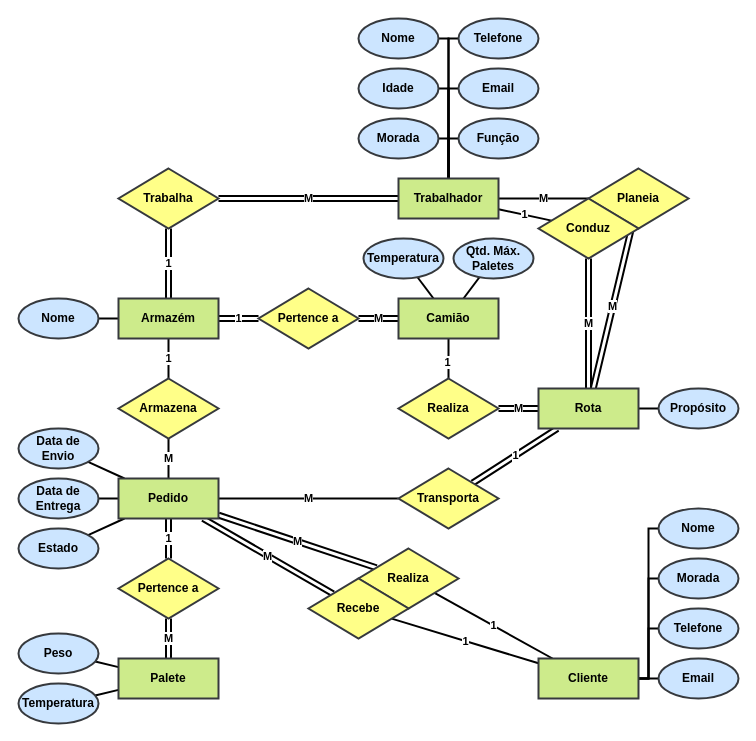
Earlier version of the draw.io diagram page "Diagrama ER (Chen)" (2 of 3) of Diagramas/diagramas.drawio (VicLourenco40/dwdm-sql-logistica). Source tidied: cells renumbered, new cells numbered last; positions are measured from the earlier drawing's top-left corner, leaving out a move shared by most shapes. Both pictures are drawn from the tidied source at 100%, with x=0, y=0 at pixel (18, 18).
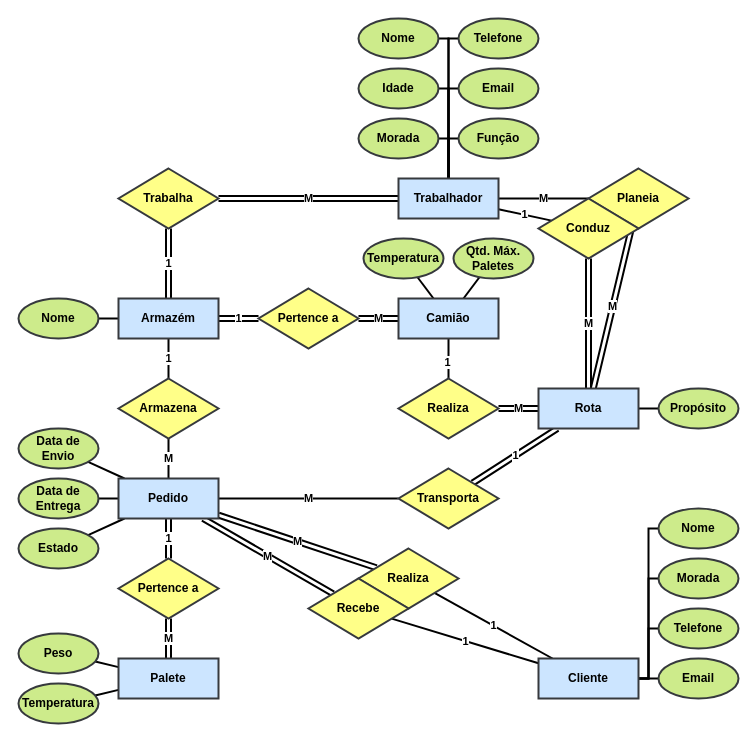
After the change.

Commit message (it also covers changes not shown here):
Alterar esquema de cores do diagrama chen

Change to the diagram source:
```diff
@@
-    <mxCell id="42" value="Cliente" style="whiteSpace=wrap;html=1;align=center;fillColor=#cdeb8b;strokeColor=#36393d;fontStyle=1;labelBorderColor=none;strokeWidth=2;" parent="1" vertex="1">
+    <mxCell id="42" value="Cliente" style="whiteSpace=wrap;html=1;align=center;fillColor=#cce5ff;strokeColor=#36393d;fontStyle=1;labelBorderColor=none;strokeWidth=2;" parent="1" vertex="1">
       <mxGeometry x="520" y="640" width="100" height="40" as="geometry" />
     </mxCell>
-    <mxCell id="43" value="Nome" style="ellipse;whiteSpace=wrap;html=1;align=center;fillColor=#cce5ff;strokeColor=#36393d;fontStyle=1;labelBorderColor=none;strokeWidth=2;" parent="1" vertex="1">
+    <mxCell id="43" value="Nome" style="ellipse;whiteSpace=wrap;html=1;align=center;fillColor=#cdeb8b;strokeColor=#36393d;fontStyle=1;labelBorderColor=none;strokeWidth=2;" parent="1" vertex="1">
       <mxGeometry x="640" y="490" width="80" height="40" as="geometry" />
     </mxCell>
-    <mxCell id="44" value="Morada" style="ellipse;whiteSpace=wrap;html=1;align=center;fillColor=#cce5ff;strokeColor=#36393d;fontStyle=1;labelBorderColor=none;strokeWidth=2;" parent="1" vertex="1">
+    <mxCell id="44" value="Morada" style="ellipse;whiteSpace=wrap;html=1;align=center;fillColor=#cdeb8b;strokeColor=#36393d;fontStyle=1;labelBorderColor=none;strokeWidth=2;" parent="1" vertex="1">
       <mxGeometry x="640" y="540" width="80" height="40" as="geometry" />
     </mxCell>
-    <mxCell id="45" value="Telefone" style="ellipse;whiteSpace=wrap;html=1;align=center;fillColor=#cce5ff;strokeColor=#36393d;fontStyle=1;labelBorderColor=none;strokeWidth=2;" parent="1" vertex="1">
+    <mxCell id="45" value="Telefone" style="ellipse;whiteSpace=wrap;html=1;align=center;fillColor=#cdeb8b;strokeColor=#36393d;fontStyle=1;labelBorderColor=none;strokeWidth=2;" parent="1" vertex="1">
       <mxGeometry x="640" y="590" width="80" height="40" as="geometry" />
     </mxCell>
-    <mxCell id="46" value="Email" style="ellipse;whiteSpace=wrap;html=1;align=center;fillColor=#cce5ff;strokeColor=#36393d;fontStyle=1;labelBorderColor=none;strokeWidth=2;" parent="1" vertex="1">
+    <mxCell id="46" value="Email" style="ellipse;whiteSpace=wrap;html=1;align=center;fillColor=#cdeb8b;strokeColor=#36393d;fontStyle=1;labelBorderColor=none;strokeWidth=2;" parent="1" vertex="1">
       <mxGeometry x="640" y="640" width="80" height="40" as="geometry" />
     </mxCell>
-    <mxCell id="47" value="Pedido" style="whiteSpace=wrap;html=1;align=center;fillColor=#cdeb8b;strokeColor=#36393d;fontStyle=1;labelBorderColor=none;strokeWidth=2;" parent="1" vertex="1">
+    <mxCell id="47" value="Pedido" style="whiteSpace=wrap;html=1;align=center;fillColor=#cce5ff;strokeColor=#36393d;fontStyle=1;labelBorderColor=none;strokeWidth=2;" parent="1" vertex="1">
       <mxGeometry x="100" y="460" width="100" height="40" as="geometry" />
     </mxCell>
-    <mxCell id="48" value="&lt;div&gt;Data de&lt;/div&gt;&lt;div&gt;Envio&lt;/div&gt;" style="ellipse;whiteSpace=wrap;html=1;align=center;fillColor=#cce5ff;strokeColor=#36393d;fontStyle=1;labelBorderColor=none;strokeWidth=2;" parent="1" vertex="1">
+    <mxCell id="48" value="&lt;div&gt;Data de&lt;/div&gt;&lt;div&gt;Envio&lt;/div&gt;" style="ellipse;whiteSpace=wrap;html=1;align=center;fillColor=#cdeb8b;strokeColor=#36393d;fontStyle=1;labelBorderColor=none;strokeWidth=2;" parent="1" vertex="1">
       <mxGeometry y="410" width="80" height="40" as="geometry" />
     </mxCell>
-    <mxCell id="49" value="Data de Entrega" style="ellipse;whiteSpace=wrap;html=1;align=center;fillColor=#cce5ff;strokeColor=#36393d;fontStyle=1;labelBorderColor=none;strokeWidth=2;" parent="1" vertex="1">
+    <mxCell id="49" value="Data de Entrega" style="ellipse;whiteSpace=wrap;html=1;align=center;fillColor=#cdeb8b;strokeColor=#36393d;fontStyle=1;labelBorderColor=none;strokeWidth=2;" parent="1" vertex="1">
       <mxGeometry y="460" width="80" height="40" as="geometry" />
     </mxCell>
-    <mxCell id="50" value="Armazém" style="whiteSpace=wrap;html=1;align=center;fillColor=#cdeb8b;strokeColor=#36393d;fontStyle=1;labelBorderColor=none;strokeWidth=2;" parent="1" vertex="1">
+    <mxCell id="50" value="Armazém" style="whiteSpace=wrap;html=1;align=center;fillColor=#cce5ff;strokeColor=#36393d;fontStyle=1;labelBorderColor=none;strokeWidth=2;" parent="1" vertex="1">
       <mxGeometry x="100" y="280" width="100" height="40" as="geometry" />
     </mxCell>
-    <mxCell id="51" value="Peso" style="ellipse;whiteSpace=wrap;html=1;align=center;fillColor=#cce5ff;strokeColor=#36393d;fontStyle=1;labelBorderColor=none;strokeWidth=2;" parent="1" vertex="1">
+    <mxCell id="51" value="Peso" style="ellipse;whiteSpace=wrap;html=1;align=center;fillColor=#cdeb8b;strokeColor=#36393d;fontStyle=1;labelBorderColor=none;strokeWidth=2;" parent="1" vertex="1">
       <mxGeometry y="615" width="80" height="40" as="geometry" />
     </mxCell>
-    <mxCell id="52" value="Temperatura" style="ellipse;whiteSpace=wrap;html=1;align=center;fillColor=#cce5ff;strokeColor=#36393d;fontStyle=1;labelBorderColor=none;strokeWidth=2;" parent="1" vertex="1">
+    <mxCell id="52" value="Temperatura" style="ellipse;whiteSpace=wrap;html=1;align=center;fillColor=#cdeb8b;strokeColor=#36393d;fontStyle=1;labelBorderColor=none;strokeWidth=2;" parent="1" vertex="1">
       <mxGeometry y="665" width="80" height="40" as="geometry" />
     </mxCell>
-    <mxCell id="53" value="Palete" style="whiteSpace=wrap;html=1;align=center;fillColor=#cdeb8b;strokeColor=#36393d;fontStyle=1;labelBorderColor=none;strokeWidth=2;" parent="1" vertex="1">
+    <mxCell id="53" value="Palete" style="whiteSpace=wrap;html=1;align=center;fillColor=#cce5ff;strokeColor=#36393d;fontStyle=1;labelBorderColor=none;strokeWidth=2;" parent="1" vertex="1">
       <mxGeometry x="100" y="640" width="100" height="40" as="geometry" />
     </mxCell>
-    <mxCell id="54" value="Nome" style="ellipse;whiteSpace=wrap;html=1;align=center;fontStyle=1;fillColor=#cce5ff;strokeColor=#36393d;labelBorderColor=none;strokeWidth=2;" parent="1" vertex="1">
+    <mxCell id="54" value="Nome" style="ellipse;whiteSpace=wrap;html=1;align=center;fontStyle=1;fillColor=#cdeb8b;strokeColor=#36393d;labelBorderColor=none;strokeWidth=2;" parent="1" vertex="1">
       <mxGeometry x="340" width="80" height="40" as="geometry" />
     </mxCell>
-    <mxCell id="55" value="Telefone" style="ellipse;whiteSpace=wrap;html=1;align=center;fontStyle=1;fillColor=#cce5ff;strokeColor=#36393d;labelBorderColor=none;strokeWidth=2;" parent="1" vertex="1">
+    <mxCell id="55" value="Telefone" style="ellipse;whiteSpace=wrap;html=1;align=center;fontStyle=1;fillColor=#cdeb8b;strokeColor=#36393d;labelBorderColor=none;strokeWidth=2;" parent="1" vertex="1">
       <mxGeometry x="440" width="80" height="40" as="geometry" />
     </mxCell>
-    <mxCell id="56" value="Trabalhador" style="whiteSpace=wrap;html=1;align=center;fillColor=#cdeb8b;strokeColor=#36393d;fontStyle=1;labelBorderColor=none;strokeWidth=2;" parent="1" vertex="1">
+    <mxCell id="56" value="Trabalhador" style="whiteSpace=wrap;html=1;align=center;fillColor=#cce5ff;strokeColor=#36393d;fontStyle=1;labelBorderColor=none;strokeWidth=2;" parent="1" vertex="1">
       <mxGeometry x="380" y="160" width="100" height="40" as="geometry" />
     </mxCell>
-    <mxCell id="57" value="Rota" style="whiteSpace=wrap;html=1;align=center;fillColor=#cdeb8b;strokeColor=#36393d;fontStyle=1;labelBorderColor=none;strokeWidth=2;" parent="1" vertex="1">
+    <mxCell id="57" value="Rota" style="whiteSpace=wrap;html=1;align=center;fillColor=#cce5ff;strokeColor=#36393d;fontStyle=1;labelBorderColor=none;strokeWidth=2;" parent="1" vertex="1">
       <mxGeometry x="520" y="370" width="100" height="40" as="geometry" />
     </mxCell>
-    <mxCell id="58" value="Camião" style="whiteSpace=wrap;html=1;align=center;fillColor=#cdeb8b;strokeColor=#36393d;fontStyle=1;labelBorderColor=none;strokeWidth=2;" parent="1" vertex="1">
+    <mxCell id="58" value="Camião" style="whiteSpace=wrap;html=1;align=center;fillColor=#cce5ff;strokeColor=#36393d;fontStyle=1;labelBorderColor=none;strokeWidth=2;" parent="1" vertex="1">
       <mxGeometry x="380" y="280" width="100" height="40" as="geometry" />
     </mxCell>
-    <mxCell id="59" value="Idade" style="ellipse;whiteSpace=wrap;html=1;align=center;fontStyle=1;fillColor=#cce5ff;strokeColor=#36393d;labelBorderColor=none;strokeWidth=2;" parent="1" vertex="1">
+    <mxCell id="59" value="Idade" style="ellipse;whiteSpace=wrap;html=1;align=center;fontStyle=1;fillColor=#cdeb8b;strokeColor=#36393d;labelBorderColor=none;strokeWidth=2;" parent="1" vertex="1">
       <mxGeometry x="340" y="50" width="80" height="40" as="geometry" />
     </mxCell>
-    <mxCell id="60" value="Email" style="ellipse;whiteSpace=wrap;html=1;align=center;fontStyle=1;fillColor=#cce5ff;strokeColor=#36393d;labelBorderColor=none;strokeWidth=2;" parent="1" vertex="1">
+    <mxCell id="60" value="Email" style="ellipse;whiteSpace=wrap;html=1;align=center;fontStyle=1;fillColor=#cdeb8b;strokeColor=#36393d;labelBorderColor=none;strokeWidth=2;" parent="1" vertex="1">
       <mxGeometry x="440" y="50" width="80" height="40" as="geometry" />
     </mxCell>
-    <mxCell id="61" value="Morada" style="ellipse;whiteSpace=wrap;html=1;align=center;fontStyle=1;fillColor=#cce5ff;strokeColor=#36393d;labelBorderColor=none;strokeWidth=2;" parent="1" vertex="1">
+    <mxCell id="61" value="Morada" style="ellipse;whiteSpace=wrap;html=1;align=center;fontStyle=1;fillColor=#cdeb8b;strokeColor=#36393d;labelBorderColor=none;strokeWidth=2;" parent="1" vertex="1">
       <mxGeometry x="340" y="100" width="80" height="40" as="geometry" />
     </mxCell>
-    <mxCell id="62" value="Nome" style="ellipse;whiteSpace=wrap;html=1;align=center;fillColor=#cce5ff;strokeColor=#36393d;fontStyle=1;labelBorderColor=none;strokeWidth=2;" parent="1" vertex="1">
+    <mxCell id="62" value="Nome" style="ellipse;whiteSpace=wrap;html=1;align=center;fillColor=#cdeb8b;strokeColor=#36393d;fontStyle=1;labelBorderColor=none;strokeWidth=2;" parent="1" vertex="1">
       <mxGeometry y="280" width="80" height="40" as="geometry" />
     </mxCell>
-    <mxCell id="63" value="Propósito" style="ellipse;whiteSpace=wrap;html=1;align=center;fontStyle=1;fillColor=#cce5ff;strokeColor=#36393d;labelBorderColor=none;strokeWidth=2;" parent="1" vertex="1">
+    <mxCell id="63" value="Propósito" style="ellipse;whiteSpace=wrap;html=1;align=center;fontStyle=1;fillColor=#cdeb8b;strokeColor=#36393d;labelBorderColor=none;strokeWidth=2;" parent="1" vertex="1">
       <mxGeometry x="640" y="370" width="80" height="40" as="geometry" />
     </mxCell>
-    <mxCell id="64" value="&lt;div&gt;Qtd. Máx.&lt;/div&gt;&lt;div&gt;Paletes&lt;br&gt;&lt;/div&gt;" style="ellipse;whiteSpace=wrap;html=1;align=center;fontStyle=1;fillColor=#cce5ff;strokeColor=#36393d;labelBorderColor=none;strokeWidth=2;" parent="1" vertex="1">
+    <mxCell id="64" value="&lt;div&gt;Qtd. Máx.&lt;/div&gt;&lt;div&gt;Paletes&lt;br&gt;&lt;/div&gt;" style="ellipse;whiteSpace=wrap;html=1;align=center;fontStyle=1;fillColor=#cdeb8b;strokeColor=#36393d;labelBorderColor=none;strokeWidth=2;" parent="1" vertex="1">
       <mxGeometry x="435" y="220" width="80" height="40" as="geometry" />
     </mxCell>
@@
-    <mxCell id="75" value="Temperatura" style="ellipse;whiteSpace=wrap;html=1;align=center;fontStyle=1;fillColor=#cce5ff;strokeColor=#36393d;labelBorderColor=none;strokeWidth=2;" parent="1" vertex="1">
+    <mxCell id="75" value="Temperatura" style="ellipse;whiteSpace=wrap;html=1;align=center;fontStyle=1;fillColor=#cdeb8b;strokeColor=#36393d;labelBorderColor=none;strokeWidth=2;" parent="1" vertex="1">
       <mxGeometry x="345" y="220" width="80" height="40" as="geometry" />
     </mxCell>
-    <mxCell id="76" value="Função" style="ellipse;whiteSpace=wrap;html=1;align=center;fontStyle=1;fillColor=#cce5ff;strokeColor=#36393d;labelBorderColor=none;strokeWidth=2;" parent="1" vertex="1">
+    <mxCell id="76" value="Função" style="ellipse;whiteSpace=wrap;html=1;align=center;fontStyle=1;fillColor=#cdeb8b;strokeColor=#36393d;labelBorderColor=none;strokeWidth=2;" parent="1" vertex="1">
       <mxGeometry x="440" y="100" width="80" height="40" as="geometry" />
     </mxCell>
-    <mxCell id="77" value="Estado" style="ellipse;whiteSpace=wrap;html=1;align=center;fillColor=#cce5ff;strokeColor=#36393d;fontStyle=1;labelBorderColor=none;strokeWidth=2;" parent="1" vertex="1">
+    <mxCell id="77" value="Estado" style="ellipse;whiteSpace=wrap;html=1;align=center;fillColor=#cdeb8b;strokeColor=#36393d;fontStyle=1;labelBorderColor=none;strokeWidth=2;" parent="1" vertex="1">
       <mxGeometry y="510" width="80" height="40" as="geometry" />
     </mxCell>
```
